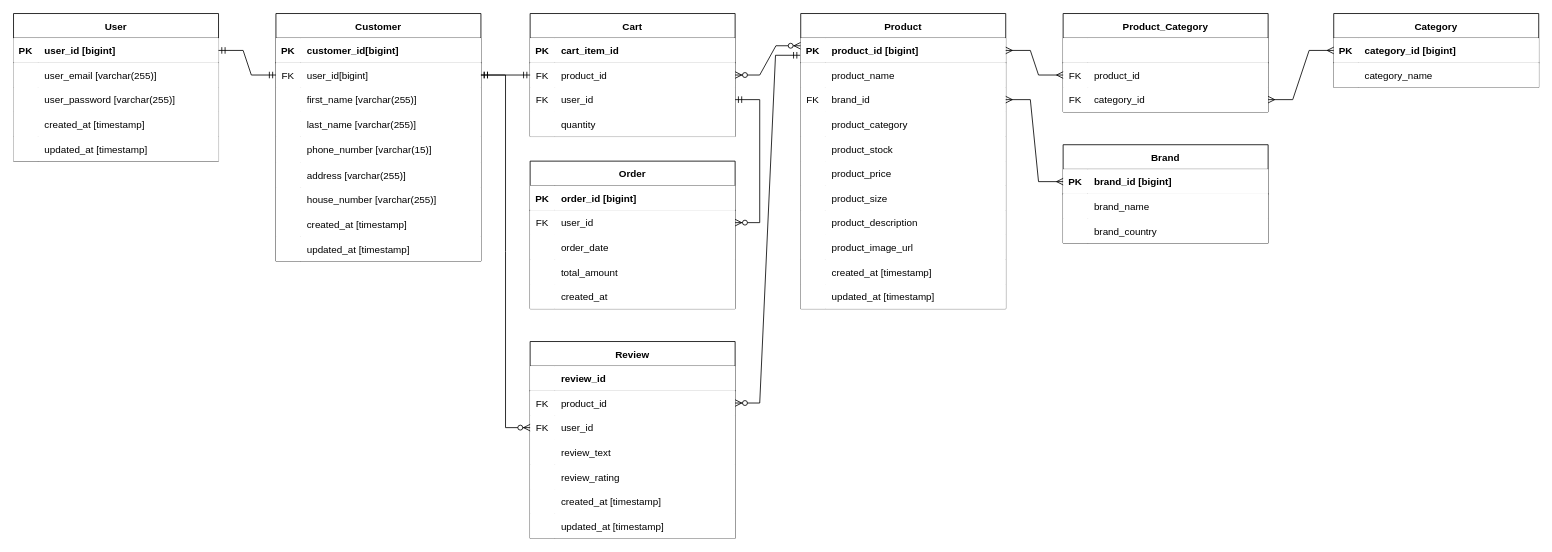
Before: docs/Lumina_ERD.drawio in nicholasreinaldo/LuminaEcommerce, a draw.io diagram. Source tidied: cells renumbered, new cells numbered last; positions are measured from the earlier drawing's top-left corner, leaving out a move shared by most shapes. Both pictures are drawn from the tidied source at 82%, with x=0, y=0 at pixel (13, 13).
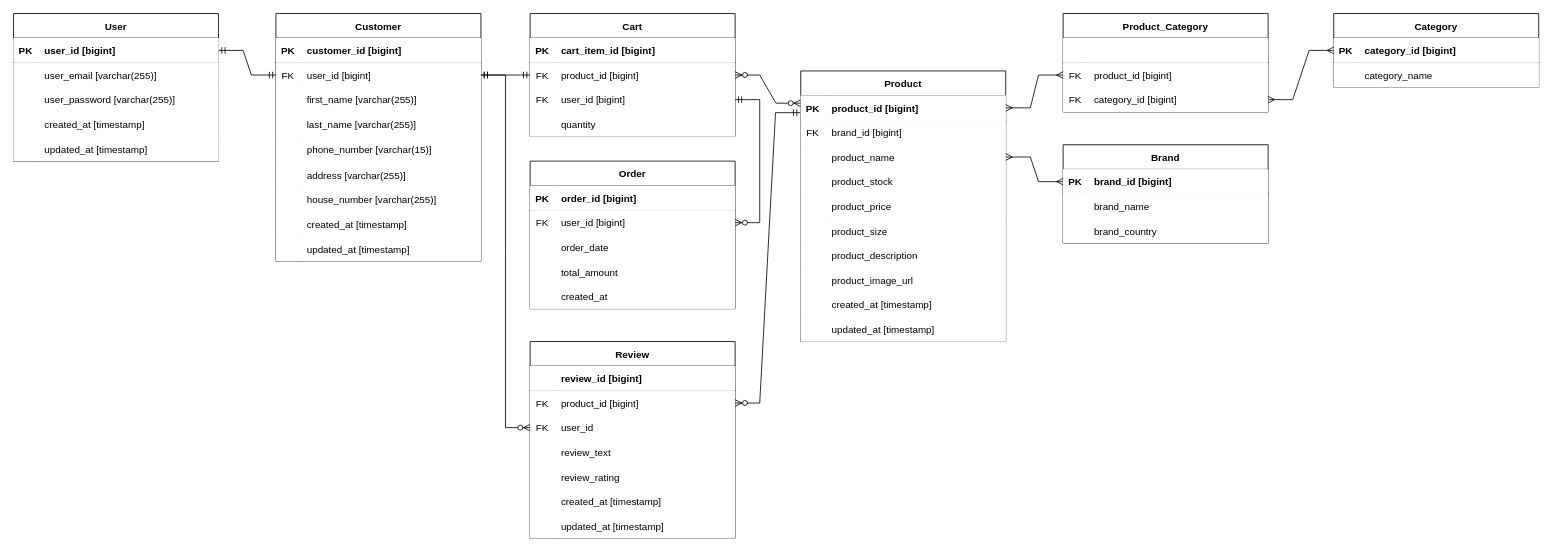
The same diagram, later.

Unchanged cells that the change refers to:
```xml
<mxCell id="3" style="shape=partialRectangle;fillColor=#FFFFFF;top=0;left=0;right=0;bottom=1;" parent="2" vertex="1">
  <mxGeometry y="30" width="250" height="30" as="geometry" />
</mxCell>
<mxCell id="6" style="shape=partialRectangle;fillColor=#FFFFFF;points=[[0,0.5],[1,0.5]];portConstraint=eastwest;top=0;left=0;right=0;bottom=0;" parent="2" vertex="1">
  <mxGeometry y="60" width="250" height="30" as="geometry" />
</mxCell>
<mxCell id="34" style="shape=partialRectangle;fillColor=#FFFFFF;top=0;left=0;right=0;bottom=0;" parent="30" vertex="1">
  <mxGeometry y="60" width="250" height="30" as="geometry" />
</mxCell>
<mxCell id="37" style="shape=partialRectangle;fillColor=#FFFFFF;points=[[0,0.5],[1,0.5]];portConstraint=eastwest;top=0;left=0;right=0;bottom=0;" parent="30" vertex="1">
  <mxGeometry y="90" width="250" height="30" as="geometry" />
</mxCell>
<mxCell id="92" style="shape=partialRectangle;fillColor=#FFFFFF;points=[[0,0.5],[1,0.5]];portConstraint=eastwest;top=0;left=0;right=0;bottom=0;" parent="88" vertex="1">
  <mxGeometry y="60" width="250" height="30" as="geometry" />
</mxCell>
<mxCell id="95" style="shape=partialRectangle;fillColor=#FFFFFF;points=[[0,0.5],[1,0.5]];portConstraint=eastwest;top=0;left=0;right=0;bottom=0;" parent="88" vertex="1">
  <mxGeometry y="90" width="250" height="30" as="geometry" />
</mxCell>
<mxCell id="101" style="shape=partialRectangle;fillColor=#FFFFFF;top=0;left=0;right=0;bottom=1;" parent="100" vertex="1">
  <mxGeometry y="30" width="250" height="30" as="geometry" />
</mxCell>
<mxCell id="104" style="shape=partialRectangle;fillColor=#FFFFFF;points=[[0,0.5],[1,0.5]];portConstraint=eastwest;top=0;left=0;right=0;bottom=0;" parent="100" vertex="1">
  <mxGeometry y="60" width="250" height="30" as="geometry" />
</mxCell>
<mxCell id="133" style="shape=partialRectangle;fillColor=#FFFFFF;top=0;left=0;right=0;bottom=1;" parent="132" vertex="1">
  <mxGeometry y="30" width="250" height="30" as="geometry" />
</mxCell>
<mxCell id="136" style="shape=partialRectangle;fillColor=#FFFFFF;points=[[0,0.5],[1,0.5]];portConstraint=eastwest;top=0;left=0;right=0;bottom=0;" parent="132" vertex="1">
  <mxGeometry y="60" width="250" height="30" as="geometry" />
</mxCell>
<mxCell id="139" style="shape=partialRectangle;fillColor=#FFFFFF;points=[[0,0.5],[1,0.5]];portConstraint=eastwest;top=0;left=0;right=0;bottom=0;" parent="132" vertex="1">
  <mxGeometry y="90" width="250" height="30" as="geometry" />
</mxCell>
<mxCell id="149" style="shape=partialRectangle;fillColor=#FFFFFF;points=[[0,0.5],[1,0.5]];portConstraint=eastwest;top=0;left=0;right=0;bottom=0;" parent="145" vertex="1">
  <mxGeometry y="60" width="250" height="30" as="geometry" />
</mxCell>
```

Change to the diagram source:
```diff
@@
-    <mxCell id="5" value="customer_id[bigint]" style="shape=partialRectangle;overflow=hidden;fillColor=#FFFFFF;top=0;left=0;bottom=0;right=0;align=left;spacingLeft=6;fontStyle=1;" parent="3" vertex="1">
+    <mxCell id="5" value="customer_id [bigint]" style="shape=partialRectangle;overflow=hidden;fillColor=#FFFFFF;top=0;left=0;bottom=0;right=0;align=left;spacingLeft=6;fontStyle=1;" parent="3" vertex="1">
       <mxGeometry x="30" width="220" height="30" as="geometry" />
     </mxCell>
@@
-    <mxCell id="8" value="user_id[bigint]" style="shape=partialRectangle;overflow=hidden;fillColor=#FFFFFF;top=0;left=0;bottom=0;right=0;align=left;spacingLeft=6;" parent="6" vertex="1">
+    <mxCell id="8" value="user_id [bigint]" style="shape=partialRectangle;overflow=hidden;fillColor=#FFFFFF;top=0;left=0;bottom=0;right=0;align=left;spacingLeft=6;" parent="6" vertex="1">
       <mxGeometry x="30" width="220" height="30" as="geometry" />
     </mxCell>
@@
     <mxCell id="30" value="Product" style="shape=table;startSize=30;childLayout=tableLayout;rowLines=0;fontStyle=1;align=center;fillColor=#FFFFFF;" parent="1" vertex="1">
-      <mxGeometry x="960" width="250" height="360" as="geometry" />
+      <mxGeometry x="960" y="70" width="250" height="330" as="geometry" />
     </mxCell>
@@
-    <mxCell id="35" style="shape=partialRectangle;overflow=hidden;fillColor=#FFFFFF;top=0;left=0;bottom=0;right=0;" parent="34" vertex="1">
+    <mxCell id="35" value="FK" style="shape=partialRectangle;overflow=hidden;fillColor=#FFFFFF;top=0;left=0;bottom=0;right=0;" parent="34" vertex="1">
       <mxGeometry width="30" height="30" as="geometry" />
     </mxCell>
-    <mxCell id="36" value="product_name" style="shape=partialRectangle;overflow=hidden;fillColor=#FFFFFF;top=0;left=0;bottom=0;right=0;align=left;spacingLeft=6;" parent="34" vertex="1">
+    <mxCell id="36" value="brand_id [bigint]" style="shape=partialRectangle;overflow=hidden;fillColor=#FFFFFF;top=0;left=0;bottom=0;right=0;align=left;spacingLeft=6;" parent="34" vertex="1">
       <mxGeometry x="30" width="220" height="30" as="geometry" />
     </mxCell>
@@
-    <mxCell id="38" value="FK" style="shape=partialRectangle;overflow=hidden;fillColor=#FFFFFF;top=0;left=0;bottom=0;right=0;" parent="37" vertex="1">
+    <mxCell id="38" style="shape=partialRectangle;overflow=hidden;fillColor=#FFFFFF;top=0;left=0;bottom=0;right=0;" parent="37" vertex="1">
       <mxGeometry width="30" height="30" as="geometry" />
     </mxCell>
-    <mxCell id="39" value="brand_id" style="shape=partialRectangle;overflow=hidden;fillColor=#FFFFFF;top=0;left=0;bottom=0;right=0;align=left;spacingLeft=6;" parent="37" vertex="1">
+    <mxCell id="39" value="product_name" style="shape=partialRectangle;overflow=hidden;fillColor=#FFFFFF;top=0;left=0;bottom=0;right=0;align=left;spacingLeft=6;" parent="37" vertex="1">
       <mxGeometry x="30" width="220" height="30" as="geometry" />
     </mxCell>
-    <mxCell id="40" style="shape=partialRectangle;fillColor=#FFFFFF;top=0;left=0;right=0;bottom=0;" parent="30" vertex="1">
-      <mxGeometry y="120" width="250" height="30" as="geometry" />
-    </mxCell>
-    <mxCell id="41" style="shape=partialRectangle;overflow=hidden;fillColor=#FFFFFF;top=0;left=0;bottom=0;right=0;" parent="40" vertex="1">
-      <mxGeometry width="30" height="30" as="geometry" />
-    </mxCell>
-    <mxCell id="42" value="product_category" style="shape=partialRectangle;overflow=hidden;fillColor=#FFFFFF;top=0;left=0;bottom=0;right=0;align=left;spacingLeft=6;" parent="40" vertex="1">
-      <mxGeometry x="30" width="220" height="30" as="geometry" />
-    </mxCell>
     <mxCell id="43" style="shape=partialRectangle;fillColor=#FFFFFF;top=0;left=0;right=0;bottom=0;" parent="30" vertex="1">
-      <mxGeometry y="150" width="250" height="30" as="geometry" />
+      <mxGeometry y="120" width="250" height="30" as="geometry" />
     </mxCell>
@@
     <mxCell id="46" style="shape=partialRectangle;fillColor=#FFFFFF;top=0;left=0;right=0;bottom=0;" parent="30" vertex="1">
-      <mxGeometry y="180" width="250" height="30" as="geometry" />
+      <mxGeometry y="150" width="250" height="30" as="geometry" />
     </mxCell>
@@
     <mxCell id="49" style="shape=partialRectangle;fillColor=#FFFFFF;top=0;left=0;right=0;bottom=0;" parent="30" vertex="1">
-      <mxGeometry y="210" width="250" height="30" as="geometry" />
+      <mxGeometry y="180" width="250" height="30" as="geometry" />
     </mxCell>
@@
     <mxCell id="52" style="shape=partialRectangle;fillColor=#FFFFFF;top=0;left=0;right=0;bottom=0;" parent="30" vertex="1">
-      <mxGeometry y="240" width="250" height="30" as="geometry" />
+      <mxGeometry y="210" width="250" height="30" as="geometry" />
     </mxCell>
@@
     <mxCell id="55" style="shape=partialRectangle;fillColor=#FFFFFF;top=0;left=0;right=0;bottom=0;" parent="30" vertex="1">
-      <mxGeometry y="270" width="250" height="30" as="geometry" />
+      <mxGeometry y="240" width="250" height="30" as="geometry" />
     </mxCell>
@@
     <mxCell id="58" style="shape=partialRectangle;fillColor=#FFFFFF;top=0;left=0;right=0;bottom=0;" parent="30" vertex="1">
-      <mxGeometry y="300" width="250" height="30" as="geometry" />
+      <mxGeometry y="270" width="250" height="30" as="geometry" />
     </mxCell>
@@
     <mxCell id="61" style="shape=partialRectangle;fillColor=#FFFFFF;top=0;left=0;right=0;bottom=0;" parent="30" vertex="1">
-      <mxGeometry y="330" width="250" height="30" as="geometry" />
+      <mxGeometry y="300" width="250" height="30" as="geometry" />
     </mxCell>
@@
-    <mxCell id="94" value="product_id" style="shape=partialRectangle;overflow=hidden;fillColor=#FFFFFF;top=0;left=0;bottom=0;right=0;align=left;spacingLeft=6;" parent="92" vertex="1">
+    <mxCell id="94" value="product_id [bigint]" style="shape=partialRectangle;overflow=hidden;fillColor=#FFFFFF;top=0;left=0;bottom=0;right=0;align=left;spacingLeft=6;" parent="92" vertex="1">
       <mxGeometry x="30" width="220" height="30" as="geometry" />
     </mxCell>
@@
-    <mxCell id="97" value="category_id" style="shape=partialRectangle;overflow=hidden;fillColor=#FFFFFF;top=0;left=0;bottom=0;right=0;align=left;spacingLeft=6;" parent="95" vertex="1">
+    <mxCell id="97" value="category_id [bigint]" style="shape=partialRectangle;overflow=hidden;fillColor=#FFFFFF;top=0;left=0;bottom=0;right=0;align=left;spacingLeft=6;" parent="95" vertex="1">
       <mxGeometry x="30" width="220" height="30" as="geometry" />
     </mxCell>
@@
-    <mxCell id="103" value="review_id" style="shape=partialRectangle;overflow=hidden;fillColor=#FFFFFF;top=0;left=0;bottom=0;right=0;align=left;spacingLeft=6;fontStyle=1;" parent="101" vertex="1">
+    <mxCell id="103" value="review_id [bigint]" style="shape=partialRectangle;overflow=hidden;fillColor=#FFFFFF;top=0;left=0;bottom=0;right=0;align=left;spacingLeft=6;fontStyle=1;" parent="101" vertex="1">
       <mxGeometry x="30" width="220" height="30" as="geometry" />
     </mxCell>
@@
-    <mxCell id="106" value="product_id" style="shape=partialRectangle;overflow=hidden;fillColor=#FFFFFF;top=0;left=0;bottom=0;right=0;align=left;spacingLeft=6;" parent="104" vertex="1">
+    <mxCell id="106" value="product_id [bigint]" style="shape=partialRectangle;overflow=hidden;fillColor=#FFFFFF;top=0;left=0;bottom=0;right=0;align=left;spacingLeft=6;" parent="104" vertex="1">
       <mxGeometry x="30" width="220" height="30" as="geometry" />
     </mxCell>
@@
-    <mxCell id="135" value="cart_item_id" style="shape=partialRectangle;overflow=hidden;fillColor=#FFFFFF;top=0;left=0;bottom=0;right=0;align=left;spacingLeft=6;fontStyle=1;" parent="133" vertex="1">
+    <mxCell id="135" value="cart_item_id [bigint]" style="shape=partialRectangle;overflow=hidden;fillColor=#FFFFFF;top=0;left=0;bottom=0;right=0;align=left;spacingLeft=6;fontStyle=1;" parent="133" vertex="1">
       <mxGeometry x="30" width="220" height="30" as="geometry" />
     </mxCell>
@@
-    <mxCell id="138" value="product_id" style="shape=partialRectangle;overflow=hidden;fillColor=#FFFFFF;top=0;left=0;bottom=0;right=0;align=left;spacingLeft=6;" parent="136" vertex="1">
+    <mxCell id="138" value="product_id [bigint]" style="shape=partialRectangle;overflow=hidden;fillColor=#FFFFFF;top=0;left=0;bottom=0;right=0;align=left;spacingLeft=6;" parent="136" vertex="1">
       <mxGeometry x="30" width="220" height="30" as="geometry" />
     </mxCell>
@@
-    <mxCell id="141" value="user_id" style="shape=partialRectangle;overflow=hidden;fillColor=#FFFFFF;top=0;left=0;bottom=0;right=0;align=left;spacingLeft=6;" parent="139" vertex="1">
+    <mxCell id="141" value="user_id [bigint]" style="shape=partialRectangle;overflow=hidden;fillColor=#FFFFFF;top=0;left=0;bottom=0;right=0;align=left;spacingLeft=6;" parent="139" vertex="1">
       <mxGeometry x="30" width="220" height="30" as="geometry" />
     </mxCell>
@@
-    <mxCell id="151" value="user_id" style="shape=partialRectangle;overflow=hidden;fillColor=#FFFFFF;top=0;left=0;bottom=0;right=0;align=left;spacingLeft=6;" parent="149" vertex="1">
+    <mxCell id="151" value="user_id [bigint]" style="shape=partialRectangle;overflow=hidden;fillColor=#FFFFFF;top=0;left=0;bottom=0;right=0;align=left;spacingLeft=6;" parent="149" vertex="1">
       <mxGeometry x="30" width="220" height="30" as="geometry" />
     </mxCell>
```
